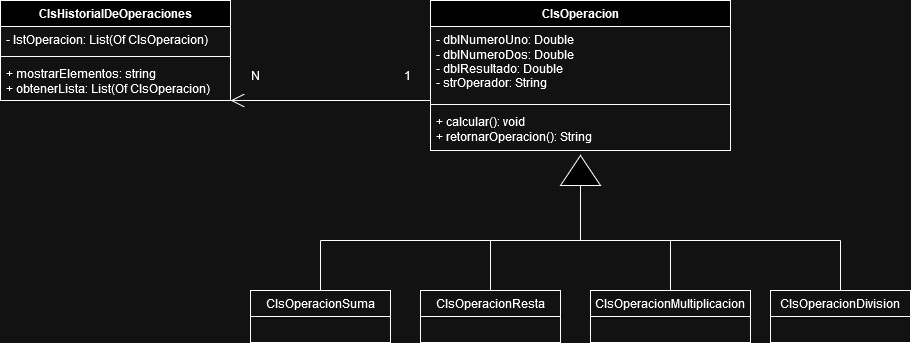
webber0/CalculadoraDeWindows keeps this draw.io diagram as Diagramas/Diagrama de Clases.png. Above is the earlier version. Source tidied: cells renumbered, new cells last; positions are measured from the earlier drawing's top-left corner, leaving out a move shared by most shapes.
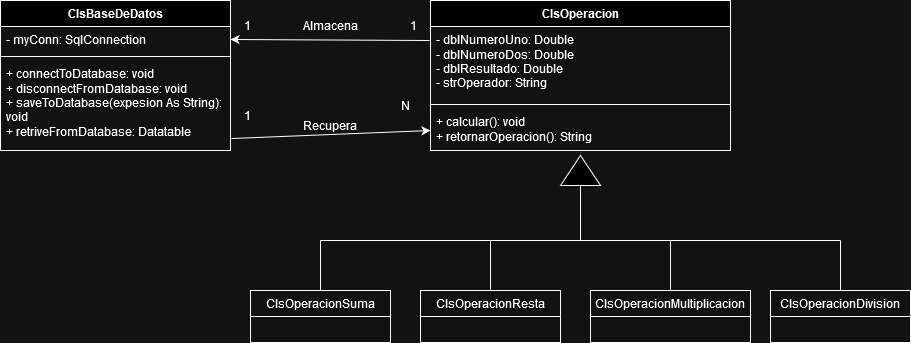
Later version of the same file.

Change to the diagram source:
```diff
@@ -2,17 +2,17 @@
   <root>
     <mxCell id="0" />
     <mxCell id="1" parent="0" />
-    <mxCell id="2" value="&lt;div&gt;ClsHistorialDeOperaciones&lt;/div&gt;" style="swimlane;fontStyle=1;align=center;verticalAlign=top;horizontal=1;startSize=26;whiteSpace=wrap;html=1;" parent="1" vertex="1">
-      <mxGeometry width="230" height="100" as="geometry" />
+    <mxCell id="2" value="ClsBaseDeDatos" style="swimlane;fontStyle=1;align=center;verticalAlign=top;horizontal=1;startSize=26;whiteSpace=wrap;html=1;" parent="1" vertex="1">
+      <mxGeometry width="230" height="150" as="geometry" />
     </mxCell>
-    <mxCell id="3" value="- lstOperacion: List(Of ClsOperacion)" style="text;strokeColor=none;fillColor=none;align=left;verticalAlign=top;spacingLeft=4;spacingRight=4;overflow=hidden;points=[[0,0.5],[1,0.5]];portConstraint=eastwest;whiteSpace=wrap;html=1;" parent="2" vertex="1">
+    <mxCell id="3" value="- myConn: SqlConnection" style="text;strokeColor=none;fillColor=none;align=left;verticalAlign=top;spacingLeft=4;spacingRight=4;overflow=hidden;points=[[0,0.5],[1,0.5]];portConstraint=eastwest;whiteSpace=wrap;html=1;" parent="2" vertex="1">
       <mxGeometry y="26" width="230" height="26" as="geometry" />
     </mxCell>
     <mxCell id="4" style="line;strokeWidth=1;fillColor=none;align=left;verticalAlign=middle;spacingTop=-1;spacingLeft=3;spacingRight=3;labelPosition=right;strokeColor=inherit;" parent="2" vertex="1">
       <mxGeometry y="52" width="230" height="8" as="geometry" />
     </mxCell>
-    <mxCell id="5" value="&lt;div&gt;+ mostrarElementos: string&lt;/div&gt;&lt;div&gt;+ obtenerLista: List(Of ClsOperacion)&lt;br&gt;&lt;/div&gt;" style="text;strokeColor=none;fillColor=none;align=left;verticalAlign=top;spacingLeft=4;spacingRight=4;overflow=hidden;whiteSpace=wrap;html=1;" parent="2" vertex="1">
-      <mxGeometry y="60" width="230" height="40" as="geometry" />
+    <mxCell id="5" value="&lt;div&gt;+ connectToDatabase: void&lt;br&gt;&lt;/div&gt;&lt;div&gt;+ disconnectFromDatabase: void&lt;/div&gt;&lt;div&gt;+ saveToDatabase(expesion As String): void&lt;/div&gt;&lt;div&gt;+ retriveFromDatabase: Datatable&lt;br&gt;&lt;/div&gt;" style="text;strokeColor=none;fillColor=none;align=left;verticalAlign=top;spacingLeft=4;spacingRight=4;overflow=hidden;whiteSpace=wrap;html=1;" parent="2" vertex="1">
+      <mxGeometry y="60" width="230" height="90" as="geometry" />
     </mxCell>
     <mxCell id="6" value="&lt;div&gt;ClsOperacion&lt;/div&gt;" style="swimlane;fontStyle=1;align=center;verticalAlign=top;horizontal=1;startSize=26;whiteSpace=wrap;html=1;" parent="1" vertex="1">
       <mxGeometry x="430" width="300" height="150" as="geometry" />
@@ -38,14 +38,11 @@
     <mxCell id="13" value="&lt;div&gt;ClsOperacionDivision&lt;/div&gt;" style="swimlane;fontStyle=0;horizontal=1;startSize=26;fillColor=none;whiteSpace=wrap;html=1;" parent="1" vertex="1">
       <mxGeometry x="770" y="290" width="140" height="52" as="geometry" />
     </mxCell>
-    <mxCell id="14" style="endArrow=open;endFill=1;endSize=12;html=1;rounded=0;entryX=1;entryY=1;entryDx=0;entryDy=0;exitX=0;exitY=0;exitDx=0;exitDy=0;exitPerimeter=0;" parent="1" edge="1" source="8" target="2">
-      <mxGeometry relative="1" as="geometry" />
-    </mxCell>
     <mxCell id="15" value="1" style="text;html=1;align=center;verticalAlign=middle;whiteSpace=wrap;rounded=0;" parent="1" vertex="1">
-      <mxGeometry x="390" y="60" width="34" height="30" as="geometry" />
+      <mxGeometry x="230" y="100" width="34" height="30" as="geometry" />
     </mxCell>
     <mxCell id="16" value="N" style="text;html=1;align=center;verticalAlign=middle;whiteSpace=wrap;rounded=0;" parent="1" vertex="1">
-      <mxGeometry x="240" y="60" width="30" height="30" as="geometry" />
+      <mxGeometry x="390" y="90" width="30" height="30" as="geometry" />
     </mxCell>
     <mxCell id="17" style="triangle;whiteSpace=wrap;html=1;rotation=-90;" parent="1" vertex="1">
       <mxGeometry x="565" y="150" width="30" height="40" as="geometry" />
@@ -81,5 +78,26 @@
         <mxPoint x="670" y="240" as="targetPoint" />
       </mxGeometry>
     </mxCell>
+    <mxCell id="24" style="endArrow=classic;html=1;rounded=0;exitX=1;exitY=0.5;exitDx=0;exitDy=0;entryX=-0.003;entryY=0.959;entryDx=0;entryDy=0;entryPerimeter=0;" parent="1" edge="1">
+      <mxGeometry relative="1" as="geometry">
+        <mxPoint x="230.9" y="138" as="sourcePoint" />
+        <mxPoint x="430" y="130" as="targetPoint" />
+      </mxGeometry>
+    </mxCell>
+    <mxCell id="25" value="Almacena" style="text;html=1;align=center;verticalAlign=middle;whiteSpace=wrap;rounded=0;" parent="1" vertex="1">
+      <mxGeometry x="300" y="10" width="60" height="30" as="geometry" />
+    </mxCell>
+    <mxCell id="26" style="endArrow=classic;html=1;rounded=0;entryX=1;entryY=0.5;entryDx=0;entryDy=0;exitX=-0.003;exitY=0.189;exitDx=0;exitDy=0;exitPerimeter=0;" parent="1" edge="1" source="7" target="3">
+      <mxGeometry relative="1" as="geometry" />
+    </mxCell>
+    <mxCell id="27" value="1" style="text;html=1;align=center;verticalAlign=middle;whiteSpace=wrap;rounded=0;" parent="1" vertex="1">
+      <mxGeometry x="230" y="10" width="34" height="30" as="geometry" />
+    </mxCell>
+    <mxCell id="28" value="1" style="text;html=1;align=center;verticalAlign=middle;whiteSpace=wrap;rounded=0;" parent="1" vertex="1">
+      <mxGeometry x="396" y="10" width="34" height="30" as="geometry" />
+    </mxCell>
+    <mxCell id="29" value="Recupera" style="text;html=1;align=center;verticalAlign=middle;whiteSpace=wrap;rounded=0;" parent="1" vertex="1">
+      <mxGeometry x="300" y="110" width="60" height="30" as="geometry" />
+    </mxCell>
   </root>
 </mxGraphModel>
```
